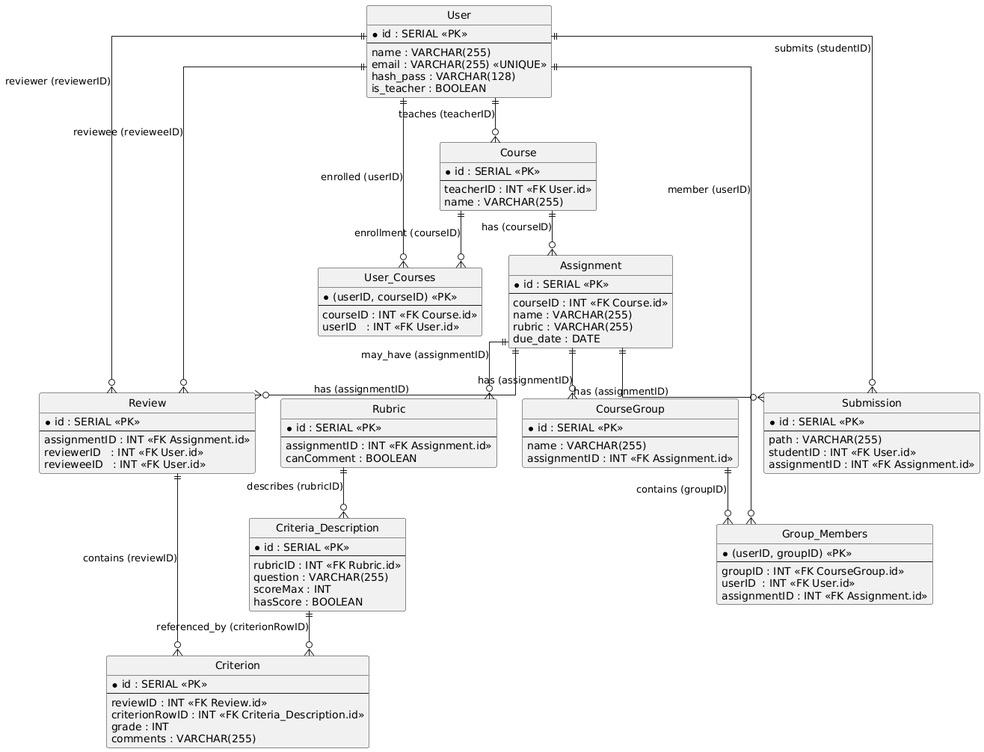
Okanagan-College-COSC224-Winter-2026/okanagan-college-cosc224-winter-2026-classroom-50a2b5-the-project-cosc224-peer-evaluation-app keeps this PlantUML diagram as docs/schema/database-schema.png. Above is the earlier version.
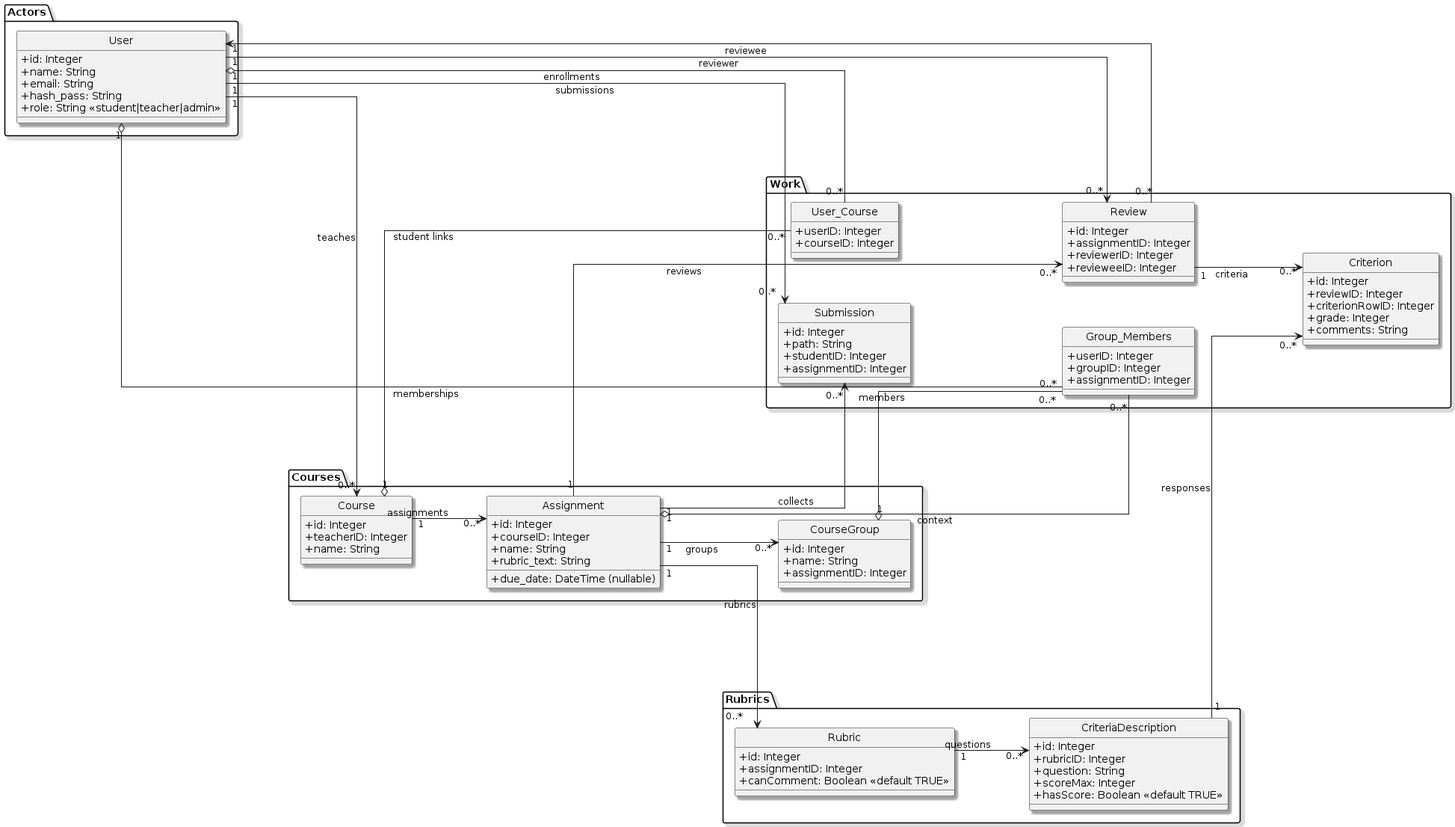
After the commit.

The edit, as a diff of the source:
```diff
@@ -1,114 +1,124 @@
 @startuml
 hide circle
-skinparam linetype ortho
+skinparam Ranksep 100
+skinparam nodesep 60
+skinparam Shadowing true
+skinparam Linetype ortho
+skinparam classAttributeIconSize 0
+left to right direction
 
-entity "User" as U {
-  * id : SERIAL <<PK>>
-  --
-  name : VARCHAR(255)
-  email : VARCHAR(255) <<UNIQUE>>
-  hash_pass : VARCHAR(128)
-  is_teacher : BOOLEAN
+package "Actors" {
+class User {
+  +id: Integer
+  +name: String
+  +email: String
+  +hash_pass: String
+  +role: String <<student|teacher|admin>>
+}
 }
 
-entity "Course" as C {
-  * id : SERIAL <<PK>>
-  --
-  teacherID : INT <<FK User.id>>
-  name : VARCHAR(255)
+package "Courses" {
+class Course {
+  +id: Integer
+  +teacherID: Integer
+  +name: String
 }
 
-entity "Assignment" as A {
-  * id : SERIAL <<PK>>
-  --
-  courseID : INT <<FK Course.id>>
-  name : VARCHAR(255)
-  rubric : VARCHAR(255)
-  due_date : DATE
+class Assignment {
+  +id: Integer
+  +courseID: Integer
+  +name: String
+  +rubric_text: String
+  +due_date: DateTime (nullable)
 }
 
-entity "CourseGroup" as CG {
-  * id : SERIAL <<PK>>
-  --
-  name : VARCHAR(255)
-  assignmentID : INT <<FK Assignment.id>>
+class CourseGroup {
+  +id: Integer
+  +name: String
+  +assignmentID: Integer
+}
 }
 
-entity "Submission" as S {
-  * id : SERIAL <<PK>>
-  --
-  path : VARCHAR(255)
-  studentID : INT <<FK User.id>>
-  assignmentID : INT <<FK Assignment.id>>
+package "Work" {
+class Submission {
+  +id: Integer
+  +path: String
+  +studentID: Integer
+  +assignmentID: Integer
 }
 
-entity "Group_Members" as GM {
-  * (userID, groupID) <<PK>>
-  --
-  groupID : INT <<FK CourseGroup.id>>
-  userID  : INT <<FK User.id>>
-  assignmentID : INT <<FK Assignment.id>>
+class Group_Members {
+  +userID: Integer
+  +groupID: Integer
+  +assignmentID: Integer
 }
 
-entity "User_Courses" as UC {
-  * (userID, courseID) <<PK>>
-  --
-  courseID : INT <<FK Course.id>>
-  userID   : INT <<FK User.id>>
+class User_Course {
+  +userID: Integer
+  +courseID: Integer
 }
 
-entity "Review" as R {
-  * id : SERIAL <<PK>>
-  --
-  assignmentID : INT <<FK Assignment.id>>
-  reviewerID   : INT <<FK User.id>>
-  revieweeID   : INT <<FK User.id>>
+class Review {
+  +id: Integer
+  +assignmentID: Integer
+  +reviewerID: Integer
+  +revieweeID: Integer
 }
 
-entity "Criterion" as CR {
-  * id : SERIAL <<PK>>
-  --
-  reviewID : INT <<FK Review.id>>
-  criterionRowID : INT <<FK Criteria_Description.id>>
-  grade : INT
-  comments : VARCHAR(255)
+class Criterion {
+  +id: Integer
+  +reviewID: Integer
+  +criterionRowID: Integer
+  +grade: Integer
+  +comments: String
+}
 }
 
-entity "Rubric" as RB {
-  * id : SERIAL <<PK>>
-  --
-  assignmentID : INT <<FK Assignment.id>>
-  canComment : BOOLEAN
+package "Rubrics" {
+class Rubric {
+  +id: Integer
+  +assignmentID: Integer
+  +canComment: Boolean <<default TRUE>>
 }
 
-entity "Criteria_Description" as CD {
-  * id : SERIAL <<PK>>
-  --
-  rubricID : INT <<FK Rubric.id>>
-  question : VARCHAR(255)
-  scoreMax : INT
-  hasScore : BOOLEAN
+class CriteriaDescription {
+  +id: Integer
+  +rubricID: Integer
+  +question: String
+  +scoreMax: Integer
+  +hasScore: Boolean <<default TRUE>>
+}
 }
 
-U ||--o{ C    : teaches (teacherID)
-C ||--o{ A    : has (courseID)
-A ||--o{ CG   : has (assignmentID)
-A ||--o{ S    : has (assignmentID)
-U ||--o{ S    : submits (studentID)
+User -[hidden]-> Course
+Course -[hidden]-> Assignment
+Assignment -[hidden]-> Submission
+Submission -[hidden]-> Review
+Review -[hidden]-> Rubric
+Rubric -[hidden]-> CriteriaDescription
+User_Course -[hidden]- Group_Members
 
-CG ||--o{ GM  : contains (groupID)
-U ||--o{ GM   : member (userID)
+User "1" --> "0..*" Course : teaches
+User "1" o-- "0..*" User_Course : enrollments
+Course "1" o-- "0..*" User_Course : student links
 
-C ||--o{ UC  : enrollment (courseID)
-U ||--o{ UC  : enrolled (userID)
+Course "1" --> "0..*" Assignment : assignments
+Assignment "1" --> "0..*" CourseGroup : groups
 
-A ||--o{ R   : has (assignmentID)
-U ||--o{ R   : reviewer (reviewerID)
-U ||--o{ R   : reviewee (revieweeID)
+CourseGroup "1" o-- "0..*" Group_Members : members
+User "1" o-- "0..*" Group_Members : memberships
+Assignment "1" o-- "0..*" Group_Members : context
 
-R ||--o{ CR  : contains (reviewID)
-CD ||--o{ CR : referenced_by (criterionRowID)
+User "1" --> "0..*" Submission : submissions
+Assignment "1" --> "0..*" Submission : collects
 
-A ||--o{ RB  : may_have (assignmentID)
-RB ||--o{ CD : describes (rubricID)
+Assignment "1" --> "0..*" Review : reviews
+User "1" --> "0..*" Review : reviewer
+User "1" <-- "0..*" Review : reviewee
+Review "1" --> "0..*" Criterion : criteria
+
+Assignment "1" --> "0..*" Rubric : rubrics
+Rubric "1" --> "0..*" CriteriaDescription : questions
+CriteriaDescription "1" --> "0..*" Criterion : responses
+
 @enduml
```
